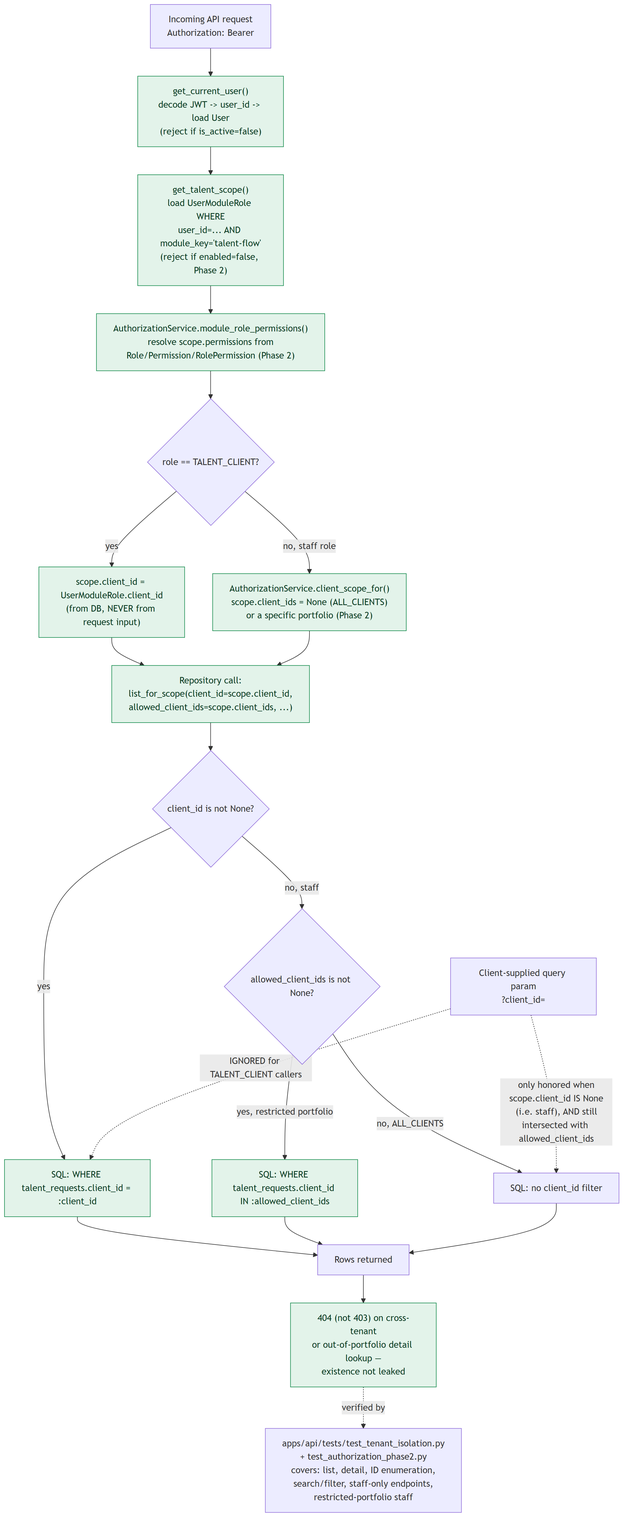
The Mermaid diagram docs/diagrams/rendered/12-tenant-security.png in IMWeeriyasinghe/dijione-platform, before a commit. Its source is kept beside it as docs/diagrams/source/12-tenant-security.mmd. The source it was exported from:
```mermaid
flowchart TD
    REQ["Incoming API request\nAuthorization: Bearer <token>"] --> DECODE["get_current_user()\ndecode JWT -> user_id -> load User\n(reject if is_active=false)"]
    DECODE --> ROLE["get_talent_scope()\nload UserModuleRole WHERE\nuser_id=... AND module_key='talent-flow'\n(reject if enabled=false, Phase 2)"]
    ROLE --> PERM["AuthorizationService.module_role_permissions()\nresolve scope.permissions from\nRole/Permission/RolePermission (Phase 2)"]
    PERM --> BRANCH{"role == TALENT_CLIENT?"}

    BRANCH -->|yes| CLIENTSCOPE["scope.client_id = UserModuleRole.client_id\n(from DB, NEVER from request input)"]
    BRANCH -->|no, staff role| PORTFOLIO["AuthorizationService.client_scope_for()\nscope.client_ids = None (ALL_CLIENTS)\nor a specific portfolio (Phase 2)"]

    CLIENTSCOPE --> REPO["Repository call:\nlist_for_scope(client_id=scope.client_id,\nallowed_client_ids=scope.client_ids, ...)"]
    PORTFOLIO --> REPO

    REPO --> FILTER{"client_id is not None?"}
    FILTER -->|yes| WHERE["SQL: WHERE talent_requests.client_id = :client_id"]
    FILTER -->|no, staff| FILTER2{"allowed_client_ids is not None?"}
    FILTER2 -->|yes, restricted portfolio| PORTWHERE["SQL: WHERE talent_requests.client_id IN :allowed_client_ids"]
    FILTER2 -->|no, ALL_CLIENTS| ALL["SQL: no client_id filter"]

    QP["Client-supplied query param\n?client_id=<other tenant>"] -.->|"only honored when\nscope.client_id IS None\n(i.e. staff), AND still\nintersected with allowed_client_ids"| ALL
    QP -.->|"IGNORED for TALENT_CLIENT callers"| WHERE

    WHERE --> RESULT["Rows returned"]
    PORTWHERE --> RESULT
    ALL --> RESULT
    RESULT --> RESP["404 (not 403) on cross-tenant\nor out-of-portfolio detail lookup —\nexistence not leaked"]

    TEST["apps/api/tests/test_tenant_isolation.py\n+ test_authorization_phase2.py\ncovers: list, detail, ID enumeration,\nsearch/filter, staff-only endpoints,\nrestricted-portfolio staff"]
    RESP -.verified by.-> TEST

    classDef enforced fill:#e3f3ea,stroke:#138a4b,color:#0d3b23;
    class DECODE,ROLE,PERM,CLIENTSCOPE,PORTFOLIO,REPO,WHERE,PORTWHERE,RESP enforced
```
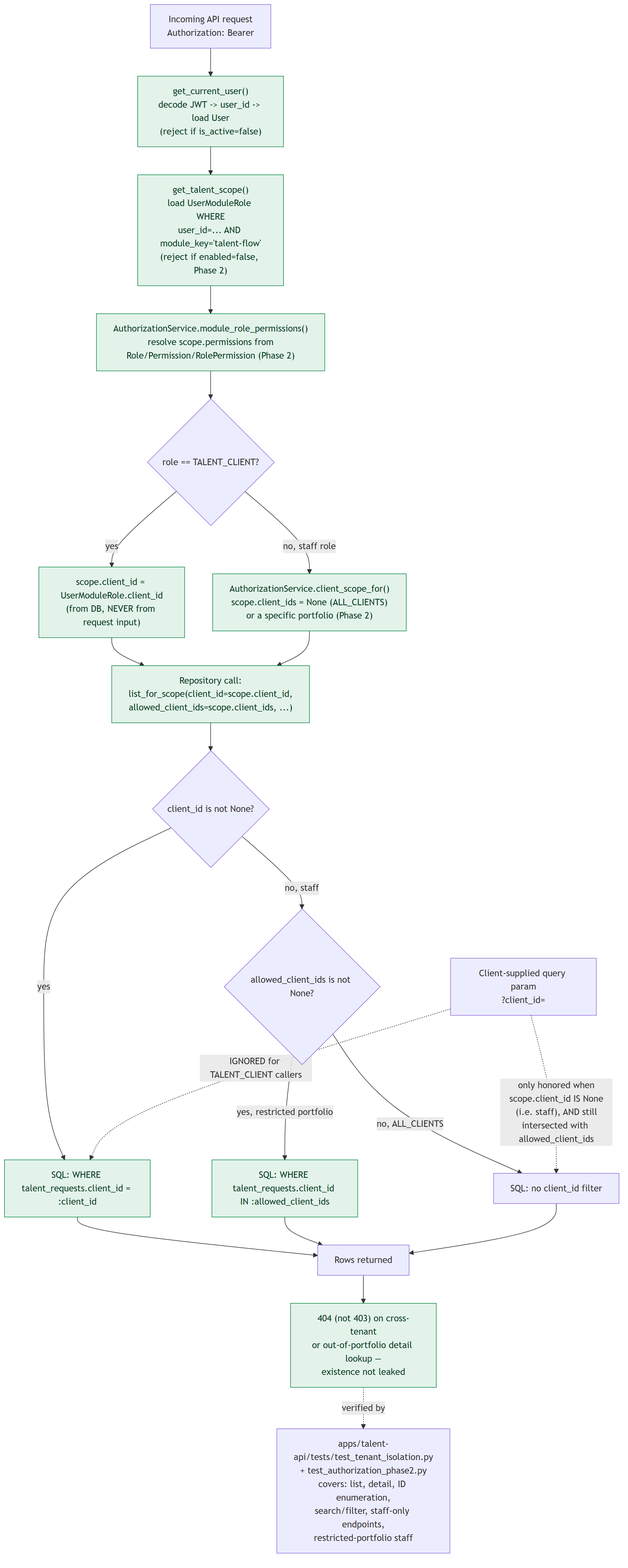
The same file after the commit.

Change to the diagram source:
```diff
@@ -24,7 +24,7 @@
     ALL --> RESULT
     RESULT --> RESP["404 (not 403) on cross-tenant\nor out-of-portfolio detail lookup —\nexistence not leaked"]
 
-    TEST["apps/api/tests/test_tenant_isolation.py\n+ test_authorization_phase2.py\ncovers: list, detail, ID enumeration,\nsearch/filter, staff-only endpoints,\nrestricted-portfolio staff"]
+    TEST["apps/talent-api/tests/test_tenant_isolation.py\n+ test_authorization_phase2.py\ncovers: list, detail, ID enumeration,\nsearch/filter, staff-only endpoints,\nrestricted-portfolio staff"]
     RESP -.verified by.-> TEST
 
     classDef enforced fill:#e3f3ea,stroke:#138a4b,color:#0d3b23;
```
